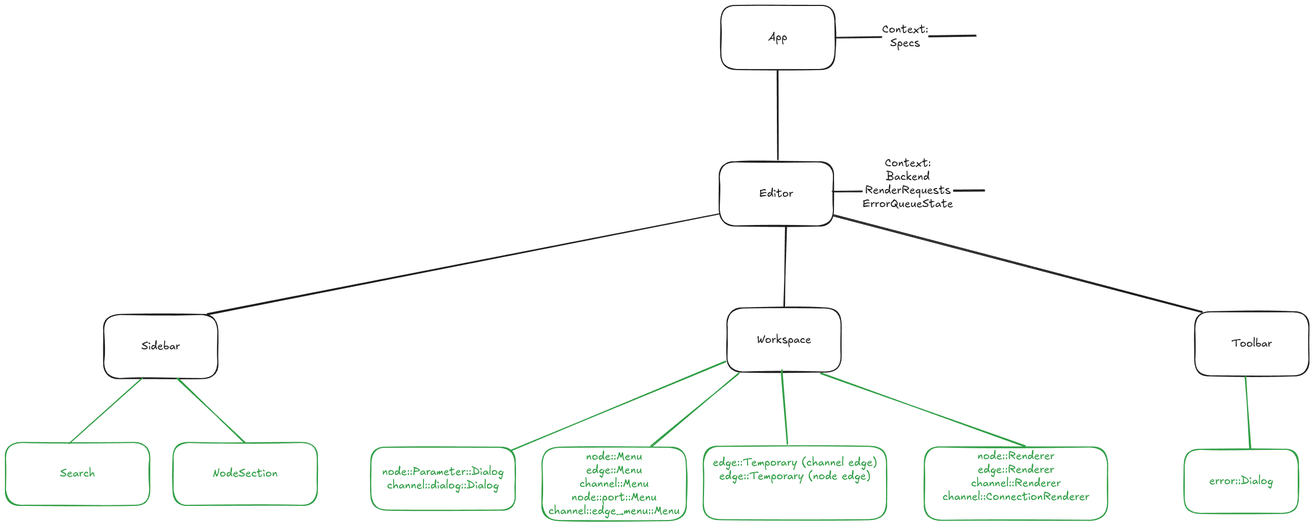
Earlier version of the Excalidraw export beetry-editor-frontend/docs/component_tree.excalidraw.png (skullim/beetry). Source tidied: one line per element, renumbered; positions are measured from the earlier drawing's top-left corner, leaving out a move shared by most shapes.
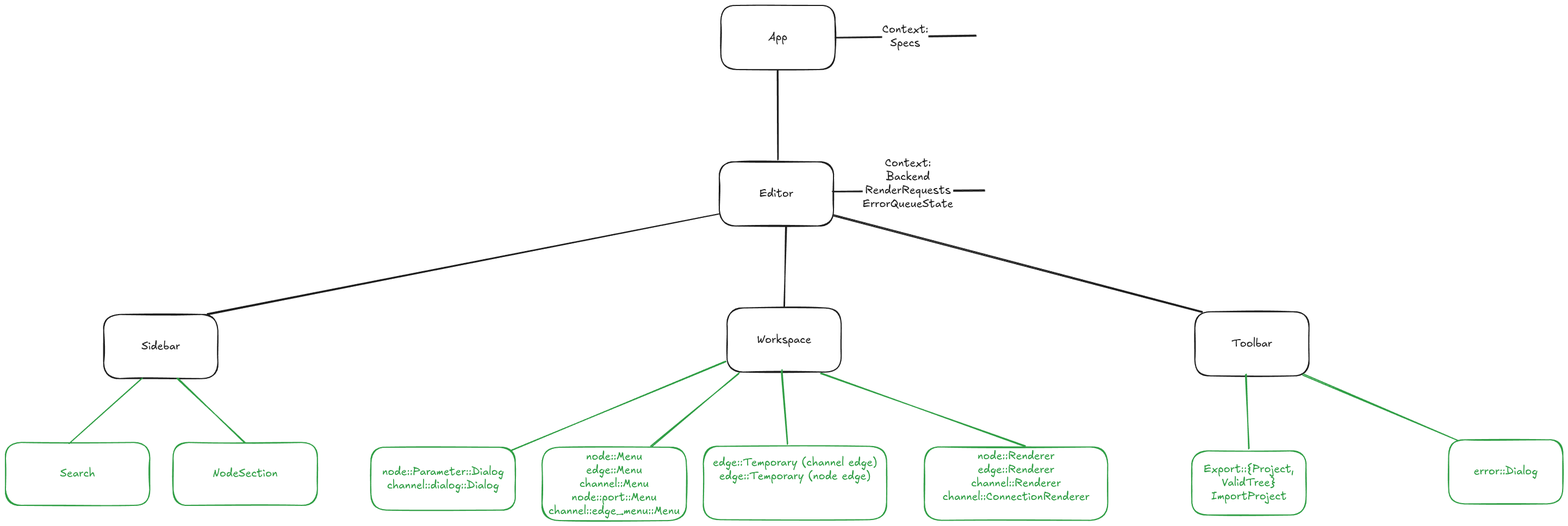
After the commit.

Diff of the diagram source:
```diff
@@ -4,8 +4,8 @@
 {"id": 3, "type": "text", "text": "Workspace", "strokeColor": "#1e1e1e", "strokeWidth": 2, "roughness": 1, "fontSize": 20, "fontFamily": 5, "textAlign": "center", "verticalAlign": "middle", "inside": 2, "x": 1382, "y": 603, "width": 100, "height": 25}
 {"id": 4, "type": "rectangle", "strokeColor": "#1e1e1e", "strokeWidth": 2, "roughness": 1, "round": true, "x": 181, "y": 569, "width": 210, "height": 118}
 {"id": 5, "type": "text", "text": "Sidebar", "strokeColor": "#1e1e1e", "strokeWidth": 2, "roughness": 1, "fontSize": 20, "fontFamily": 5, "textAlign": "center", "verticalAlign": "middle", "inside": 4, "x": 250, "y": 615, "width": 71, "height": 25}
-{"id": 6, "type": "rectangle", "strokeColor": "#2f9e44", "strokeWidth": 2, "roughness": 1, "round": true, "x": 2168, "y": 817, "width": 210, "height": 118}
+{"id": 6, "type": "rectangle", "strokeColor": "#2f9e44", "strokeWidth": 2, "roughness": 1, "round": true, "x": 2654, "y": 799, "width": 210, "height": 118}
-{"id": 7, "type": "text", "text": "error::Dialog", "strokeColor": "#2f9e44", "strokeWidth": 2, "roughness": 1, "fontSize": 20, "fontFamily": 5, "textAlign": "center", "verticalAlign": "middle", "inside": 6, "x": 2214, "y": 863, "width": 118, "height": 25}
+{"id": 7, "type": "text", "text": "error::Dialog", "strokeColor": "#2f9e44", "strokeWidth": 2, "roughness": 1, "fontSize": 20, "fontFamily": 5, "textAlign": "center", "verticalAlign": "middle", "inside": 6, "x": 2701, "y": 846, "width": 118, "height": 25}
 {"id": 8, "type": "rectangle", "strokeColor": "#1e1e1e", "strokeWidth": 2, "roughness": 1, "round": true, "x": 2188, "y": 564, "width": 210, "height": 118}
 {"id": 9, "type": "text", "text": "Toolbar", "strokeColor": "#1e1e1e", "strokeWidth": 2, "roughness": 1, "fontSize": 20, "fontFamily": 5, "textAlign": "center", "verticalAlign": "middle", "inside": 8, "x": 2255, "y": 610, "width": 75, "height": 25}
 {"id": 10, "type": "rectangle", "strokeColor": "#2f9e44", "strokeWidth": 2, "roughness": 1, "round": true, "x": 672, "y": 813, "width": 265, "height": 116}
@@ -21,7 +21,7 @@
 {"id": 20, "type": "arrow", "strokeColor": "#1e1e1e", "strokeWidth": 2, "roughness": 1, "round": true, "from": 0, "x": 1521, "y": 341, "width": 279, "height": 1, "points": [[0, 0], [279, -1]]}
 {"id": 21, "type": "text", "text": "Context:\nBackend\nRenderRequests\nErrorQueueState\n", "strokeColor": "#1e1e1e", "strokeWidth": 2, "roughness": 1, "fontSize": 20, "fontFamily": 5, "textAlign": "center", "verticalAlign": "middle", "inside": 20, "x": 1577, "y": 278, "width": 166, "height": 125}
 {"id": 22, "type": "arrow", "strokeColor": "#2f9e44", "strokeWidth": 2, "roughness": 1, "round": true, "from": 2, "to": 10, "x": 1325, "y": 655, "width": 394, "height": 164, "points": [[0, 0], [-394, 164]]}
-{"id": 23, "type": "arrow", "strokeColor": "#2f9e44", "strokeWidth": 2, "roughness": 1, "round": true, "from": 8, "to": 6, "x": 2280, "y": 682, "width": 10, "height": 134, "points": [[0, 0], [10, 134]]}
+{"id": 23, "type": "arrow", "strokeColor": "#2f9e44", "strokeWidth": 2, "roughness": 1, "round": true, "from": 8, "to": 6, "x": 2386, "y": 679, "width": 284, "height": 122, "points": [[0, 0], [284, 122]]}
 {"id": 24, "type": "arrow", "strokeColor": "#2f9e44", "strokeWidth": 2, "roughness": 1, "round": true, "from": 2, "to": 25, "x": 1349, "y": 676, "width": 161, "height": 136, "points": [[0, 0], [-161, 136]]}
 {"id": 25, "type": "rectangle", "strokeColor": "#2f9e44", "strokeWidth": 2, "roughness": 1, "round": true, "x": 987, "y": 813, "width": 265, "height": 135}
 {"id": 26, "type": "text", "text": "node::Menu\nedge::Menu\nchannel::Menu\nnode::port::Menu\nchannel::edge_menu::Menu", "strokeColor": "#2f9e44", "strokeWidth": 2, "roughness": 1, "fontSize": 20, "fontFamily": 5, "textAlign": "center", "verticalAlign": "middle", "inside": 25, "x": 999, "y": 818, "width": 241, "height": 125}
@@ -37,3 +37,6 @@
 {"id": 36, "type": "text", "text": "NodeSection", "strokeColor": "#2f9e44", "strokeWidth": 2, "roughness": 1, "fontSize": 20, "fontFamily": 5, "textAlign": "center", "verticalAlign": "middle", "inside": 35, "x": 381, "y": 850, "width": 119, "height": 25}
 {"id": 37, "type": "arrow", "strokeColor": "#2f9e44", "strokeWidth": 2, "roughness": 1, "round": true, "from": 4, "to": 33, "x": 251, "y": 687, "width": 132, "height": 119, "points": [[0, 0], [-132, 119]]}
 {"id": 38, "type": "arrow", "strokeColor": "#2f9e44", "strokeWidth": 2, "roughness": 1, "round": true, "from": 4, "to": 35, "x": 316, "y": 686, "width": 124, "height": 119, "points": [[0, 0], [124, 119]]}
+{"id": 39, "type": "rectangle", "strokeColor": "#2f9e44", "strokeWidth": 2, "roughness": 1, "round": true, "x": 2182, "y": 820, "width": 210, "height": 118}
+{"id": 40, "type": "text", "text": "Export::{Project,\nValidTree}\nImportProject", "strokeColor": "#2f9e44", "strokeWidth": 2, "roughness": 1, "fontSize": 20, "fontFamily": 5, "textAlign": "center", "verticalAlign": "middle", "inside": 39, "x": 2204, "y": 841, "width": 166, "height": 75}
+{"id": 41, "type": "arrow", "strokeColor": "#2f9e44", "strokeWidth": 2, "roughness": 1, "round": true, "from": 8, "to": 39, "x": 2282, "y": 679, "width": 6, "height": 136, "points": [[0, 0], [6, 136]]}
```
